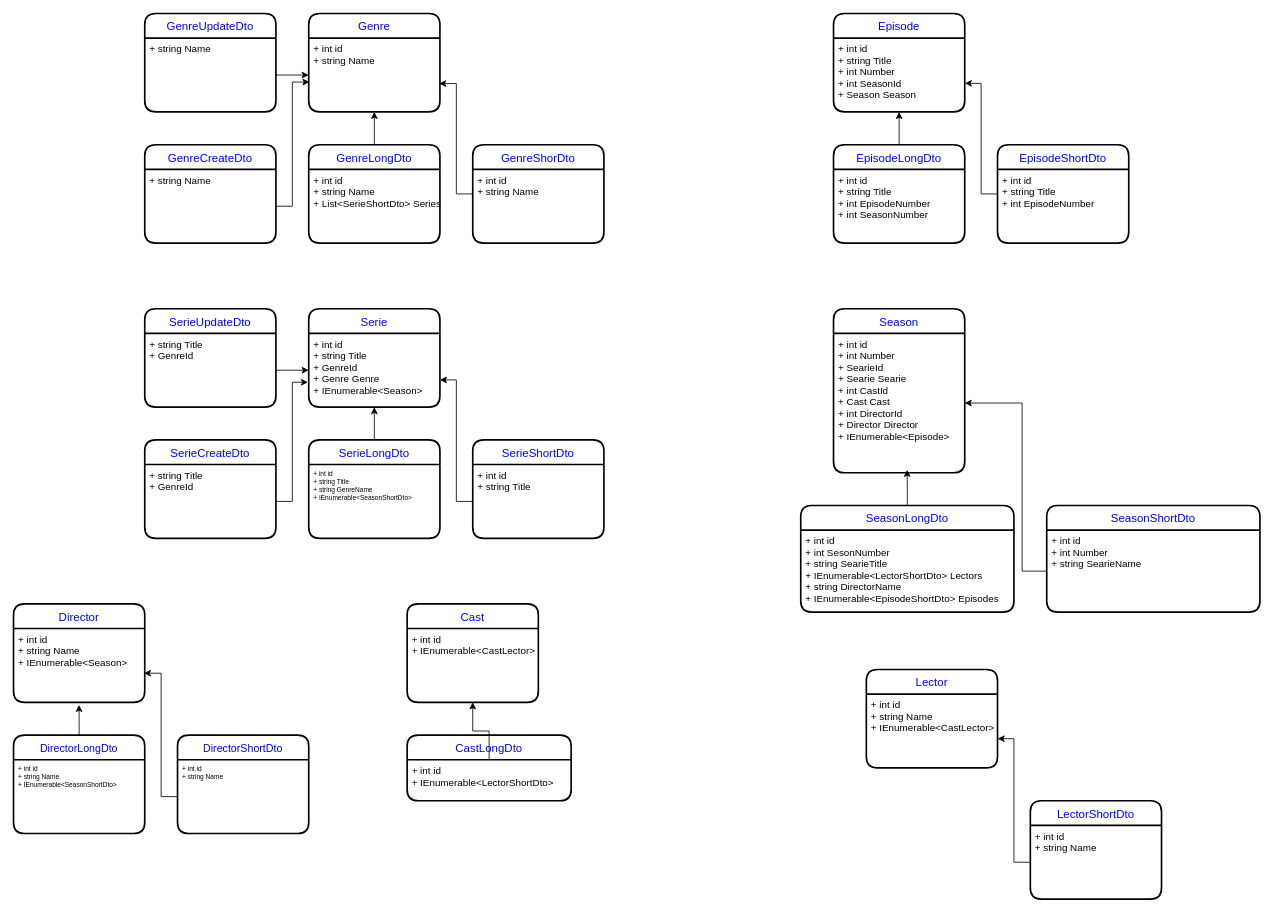
This is documantion/AnimatedSeriesApiDto.drawio from SylwiaLeung/AnimatedSeriesAPI, a draw.io file, before an edit. Source tidied: cells renumbered, new cells numbered last; positions are measured from the earlier drawing's top-left corner, leaving out a move shared by most shapes. Both pictures are drawn from the tidied source at 82%, with x=0, y=0 at pixel (13, 13).
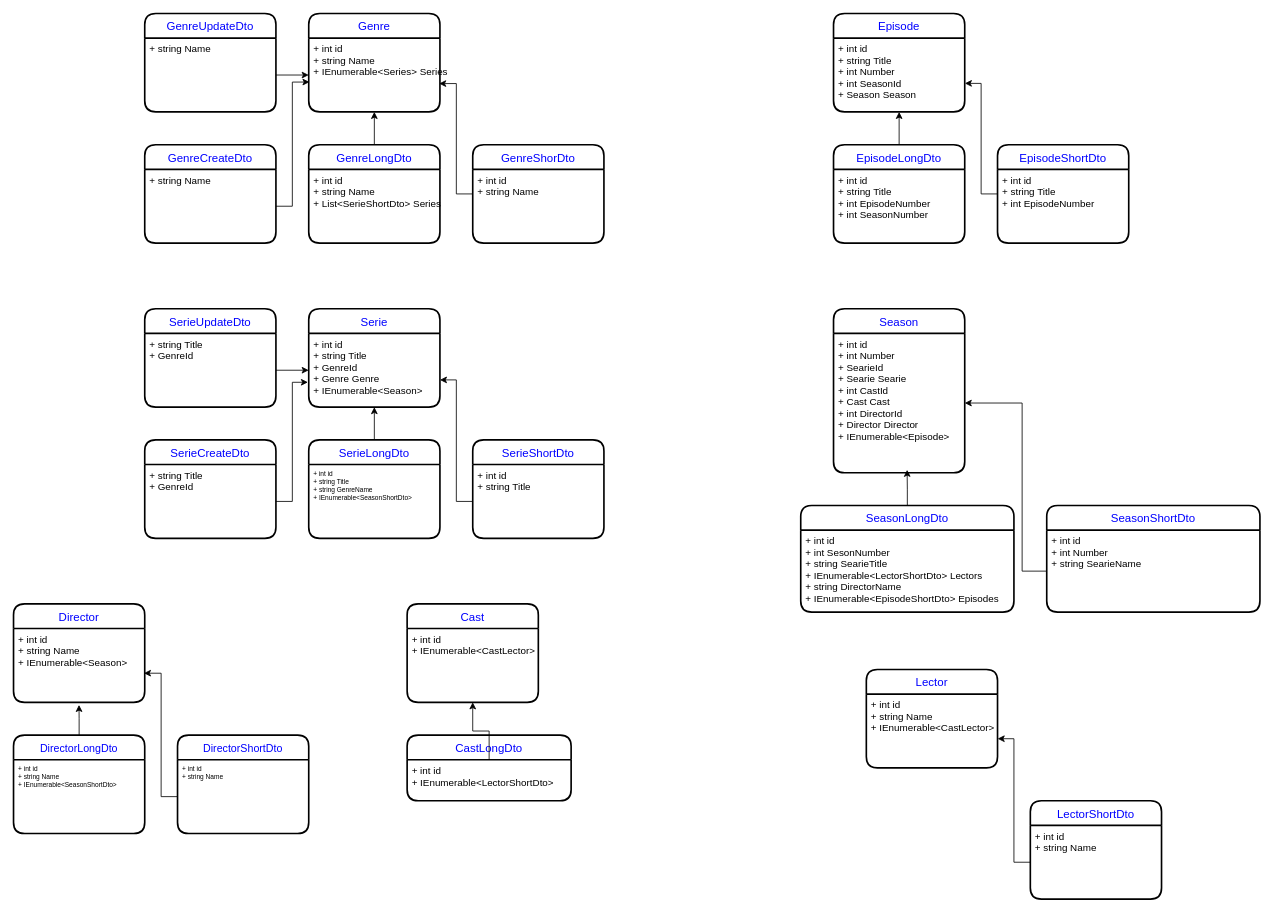
After the change.

Unchanged cells that the change refers to:
```xml
<mxCell id="2" value="Genre" style="swimlane;horizontal=1;startSize=30;rounded=1;fontSize=14;fontStyle=0;strokeWidth=2;shadow=0;dashed=0;align=center;fontColor=#0000FF;" parent="1" vertex="1">
  <mxGeometry x="360" width="160" height="120" as="geometry" />
</mxCell>
```

Diff of the diagram source:
```diff
@@
-    <mxCell id="3" value="+ int id&#10;+ string Name" style="align=left;strokeColor=none;fillColor=none;spacingLeft=4;fontSize=12;verticalAlign=top;" parent="2" vertex="1">
+    <mxCell id="3" value="+ int id&#10;+ string Name&#10;+ IEnumerable&lt;Series&gt; Series" style="align=left;strokeColor=none;fillColor=none;spacingLeft=4;fontSize=12;verticalAlign=top;" parent="2" vertex="1">
       <mxGeometry y="30" width="160" height="90" as="geometry" />
     </mxCell>
```
